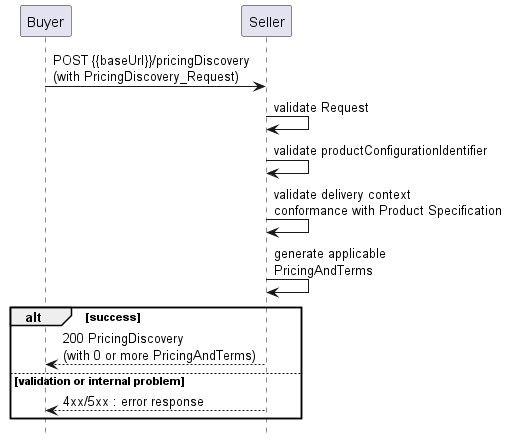
MEF-GIT/MEF-LSO-Sonata-SDK keeps this PlantUML diagram as documentation/productApi/availabilityAndPricingDiscovery/media/uc2flow.png. Above is the earlier version.
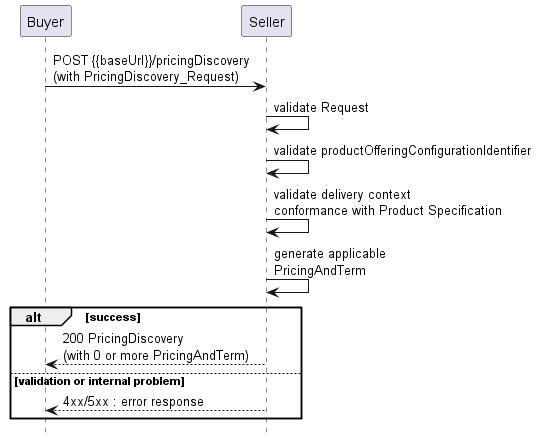
The same diagram one commit later.

Change to the diagram source:
```diff
@@ -8,12 +8,12 @@
 Buyer -> Seller : POST {{baseUrl}}/pricingDiscovery\n(with PricingDiscovery_Request)
 
 Seller -> Seller : validate Request
-Seller -> Seller : validate productConfigurationIdentifier
+Seller -> Seller : validate productOfferingConfigurationIdentifier
 Seller -> Seller : validate delivery context\nconformance with Product Specification
-Seller -> Seller : generate applicable\nPricingAndTerms
+Seller -> Seller : generate applicable\nPricingAndTerm
 
 alt success
-    Buyer <-- Seller : 200 PricingDiscovery\n(with 0 or more PricingAndTerms)
+    Buyer <-- Seller : 200 PricingDiscovery\n(with 0 or more PricingAndTerm)
 else validation or internal problem
     Buyer <-- Seller: 4xx/5xx : error response
 end
```
